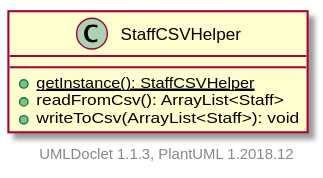
Before: projects/oodp/html/umlversion/uml/sg.edu.ntu.scse.cz2002.util.StaffCSVHelper.svg, a diagram exported from PlantUML (itachi1706/How-to-use-Git-NTUSCSE1819-Site). The source it was exported from:
```plantuml
@startuml

    class StaffCSVHelper {
        {static} +getInstance(): StaffCSVHelper
        +readFromCsv(): ArrayList<Staff>
        +writeToCsv(ArrayList<Staff>): void
    }


    center footer UMLDoclet 1.1.3, PlantUML 1.2018.12
@enduml
```
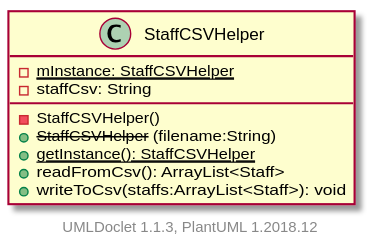
After the change.

Diff of the diagram source:
```diff
@@ -1,9 +1,13 @@
 @startuml
 
-    class StaffCSVHelper {
+    class StaffCSVHelper [[../sg/edu/ntu/scse/cz2002/util/StaffCSVHelper.html]] {
+        {static} -mInstance: StaffCSVHelper
+        -staffCsv: String
+        -StaffCSVHelper()
+        + --StaffCSVHelper-- (filename:String)
         {static} +getInstance(): StaffCSVHelper
         +readFromCsv(): ArrayList<Staff>
-        +writeToCsv(ArrayList<Staff>): void
+        +writeToCsv(staffs:ArrayList<Staff>): void
     }
 
 
```
